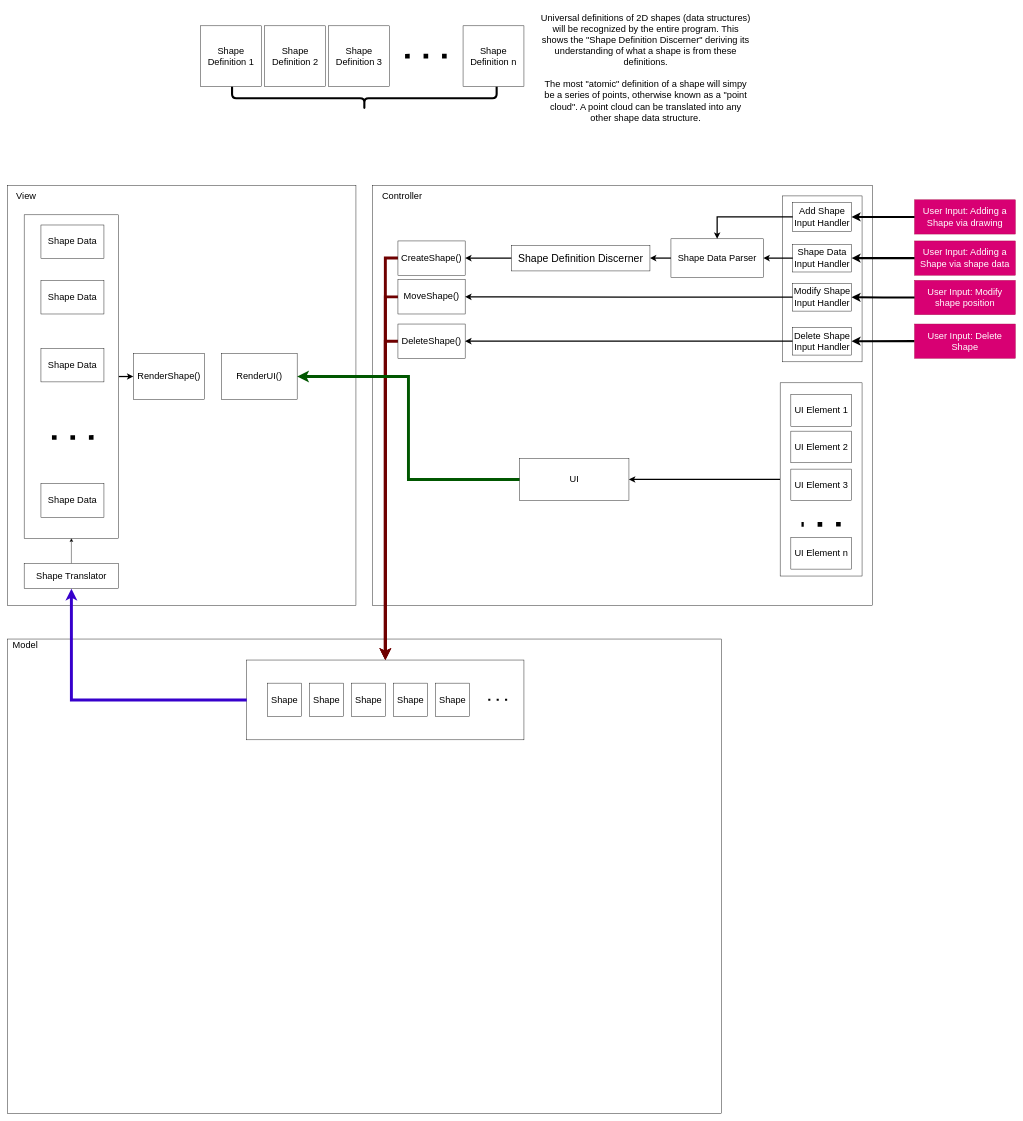
The draw.io diagram documentation/Architectural Diagrams/View Architecture.drawio in Argyraspides/Telos, before the edit. Source tidied: cells renumbered, new cells numbered last; positions are measured from the earlier drawing's top-left corner, leaving out a move shared by most shapes. Both pictures are drawn from the tidied source at 42%, with x=0, y=0 at pixel (7, 8).
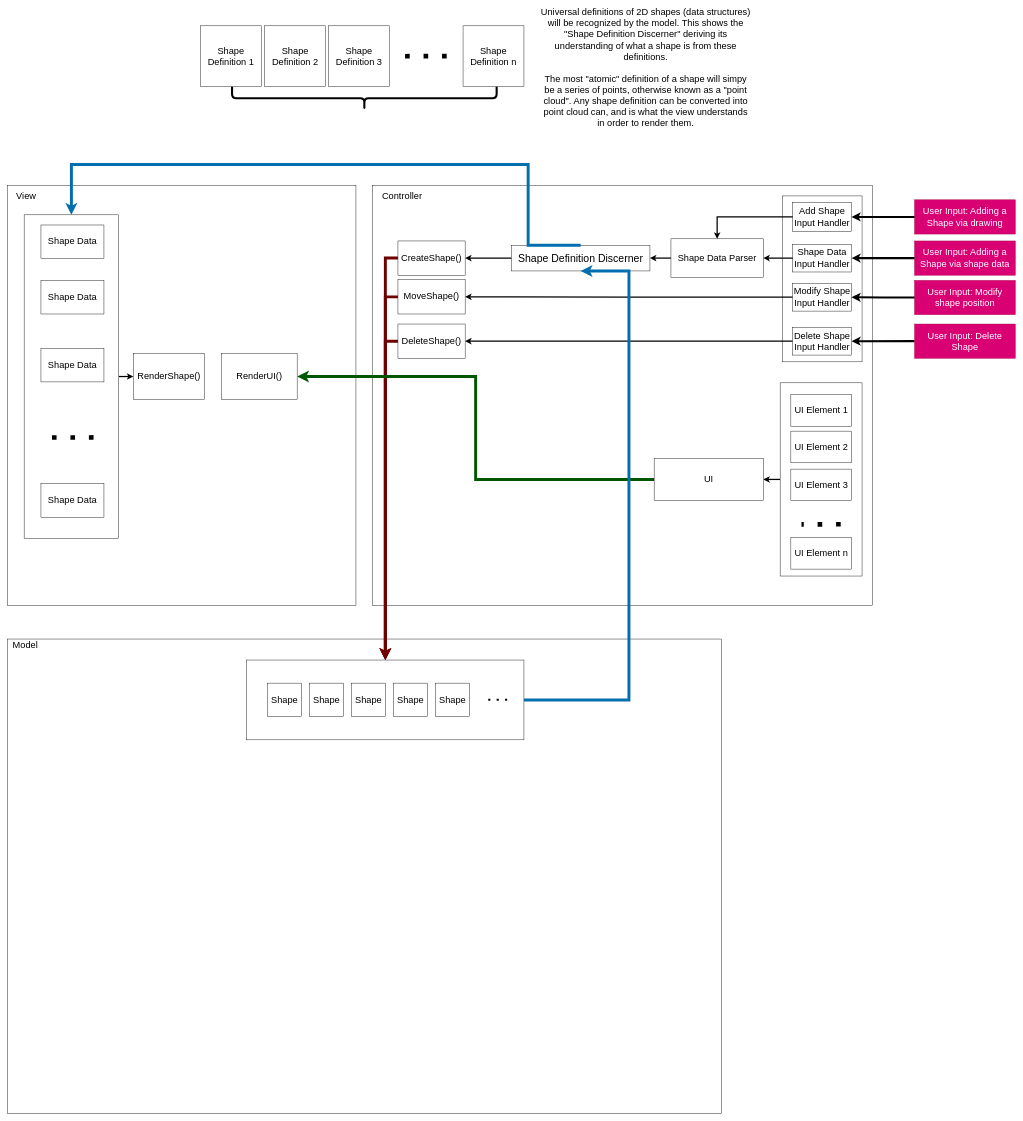
After the change.

The change refers to these unchanged cells:
```xml
<mxCell id="7" style="rounded=0;whiteSpace=wrap;html=1;" parent="6" vertex="1">
  <mxGeometry width="660" height="190" as="geometry" />
</mxCell>
<mxCell id="22" value="Shape Definition Discerner" style="rounded=0;whiteSpace=wrap;html=1;fontSize=25;" parent="1" vertex="1">
  <mxGeometry x="1200" y="563.4" width="330" height="61.2" as="geometry" />
</mxCell>
<mxCell id="58" style="rounded=0;whiteSpace=wrap;html=1;" parent="57" vertex="1">
  <mxGeometry width="225" height="770" as="geometry" />
</mxCell>
```

Diff of the diagram source:
```diff
@@
-    <mxCell id="2" value="&lt;span style=&quot;font-size: 22px;&quot;&gt;Universal definitions of 2D shapes (data structures) will be recognized by the entire program. This shows the &quot;Shape Definition Discerner&quot; deriving its understanding of what a shape is from these definitions.&lt;br&gt;&lt;br&gt;The most &quot;atomic&quot; definition of a shape will simpy be a series of points, otherwise known as a &quot;point cloud&quot;. A point cloud can be translated into any other shape data structure.&lt;br&gt;&lt;/span&gt;" style="text;html=1;strokeColor=none;fillColor=none;align=center;verticalAlign=middle;whiteSpace=wrap;rounded=0;" parent="1" vertex="1">
+    <mxCell id="2" value="&lt;span style=&quot;font-size: 22px;&quot;&gt;Universal definitions of 2D shapes (data structures) will be recognized by the model. This shows the &quot;Shape Definition Discerner&quot; deriving its understanding of what a shape is from these definitions.&lt;br&gt;&lt;br&gt;The most &quot;atomic&quot; definition of a shape will simpy be a series of points, otherwise known as a &quot;point cloud&quot;. Any shape definition can be converted into point cloud can, and is what the view understands in order to render them.&lt;br&gt;&lt;/span&gt;" style="text;html=1;strokeColor=none;fillColor=none;align=center;verticalAlign=middle;whiteSpace=wrap;rounded=0;" parent="1" vertex="1">
       <mxGeometry x="1265" y="-0.2" width="510" height="282.5" as="geometry" />
     </mxCell>
@@
-    <mxCell id="35" style="edgeStyle=orthogonalEdgeStyle;rounded=0;jettySize=auto;html=1;exitX=0.5;exitY=0;exitDx=0;exitDy=0;entryX=0.5;entryY=1;entryDx=0;entryDy=0;" parent="1" edge="1" source="36" target="58">
-      <mxGeometry relative="1" as="geometry" />
-    </mxCell>
-    <mxCell id="36" value="Shape Translator" style="rounded=0;whiteSpace=wrap;html=1;fontSize=22;" parent="1" vertex="1">
-      <mxGeometry x="40" y="1321" width="225" height="60" as="geometry" />
-    </mxCell>
-    <mxCell id="37" style="edgeStyle=orthogonalEdgeStyle;rounded=0;jettySize=auto;html=1;exitX=0;exitY=0.5;exitDx=0;exitDy=0;entryX=0.5;entryY=1;entryDx=0;entryDy=0;fillColor=#6a00ff;strokeColor=#3700CC;strokeWidth=7;" parent="1" edge="1" source="7" target="36">
-      <mxGeometry relative="1" as="geometry" />
-    </mxCell>
@@
     <mxCell id="67" value="UI" style="rounded=0;whiteSpace=wrap;html=1;fontSize=22;" parent="1" vertex="1">
-      <mxGeometry x="1220" y="1071" width="260" height="100" as="geometry" />
+      <mxGeometry x="1540" y="1071" width="260" height="100" as="geometry" />
     </mxCell>
@@
+    <mxCell id="75" style="edgeStyle=orthogonalEdgeStyle;rounded=0;jettySize=auto;html=1;exitX=1;exitY=0.5;exitDx=0;exitDy=0;entryX=0.5;entryY=1;entryDx=0;entryDy=0;fillColor=#1ba1e2;strokeColor=#006EAF;strokeWidth=7;" parent="1" edge="1" source="7" target="22">
+      <mxGeometry relative="1" as="geometry">
+        <Array as="points">
+          <mxPoint x="1480" y="1646" />
+          <mxPoint x="1480" y="625" />
+        </Array>
+      </mxGeometry>
+    </mxCell>
+    <mxCell id="76" style="edgeStyle=orthogonalEdgeStyle;rounded=0;jettySize=auto;html=1;exitX=0.5;exitY=0;exitDx=0;exitDy=0;entryX=0.5;entryY=0;entryDx=0;entryDy=0;fillColor=#1ba1e2;strokeColor=#006EAF;strokeWidth=7;" parent="1" edge="1" source="22" target="58">
+      <mxGeometry relative="1" as="geometry">
+        <Array as="points">
+          <mxPoint x="1240" y="563" />
+          <mxPoint x="1240" y="371" />
+          <mxPoint x="153" y="371" />
+        </Array>
+      </mxGeometry>
+    </mxCell>
```
